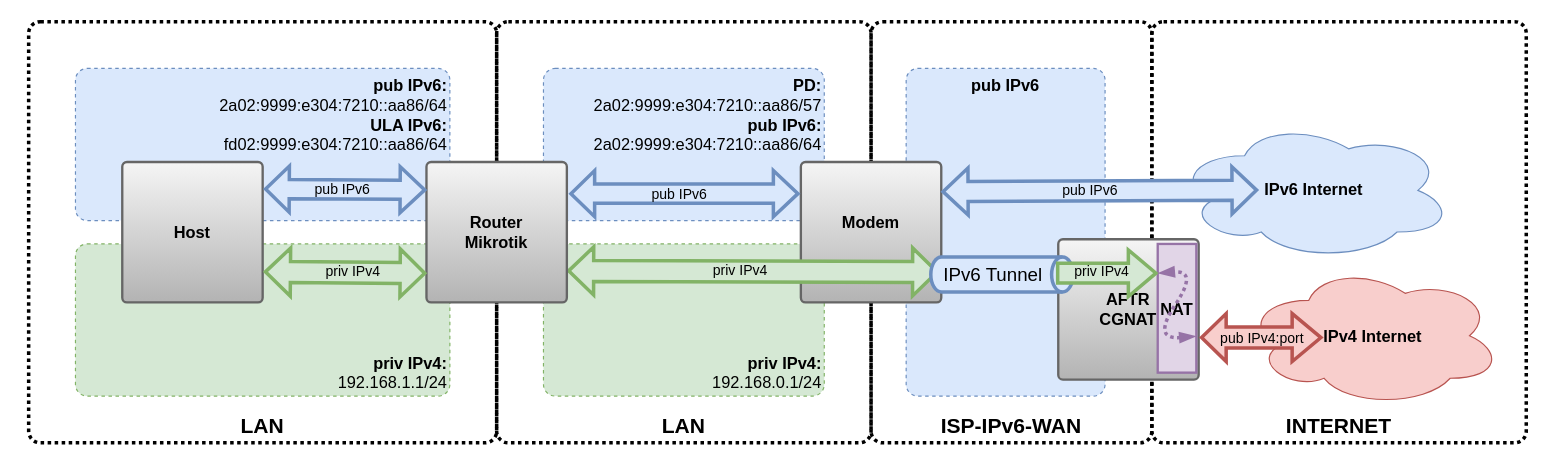
The draw.io diagram mikrotik-setup.drawio in nean-and-i/IPv6-home, before the edit. Source tidied: cells renumbered, new cells numbered last; positions are measured from the earlier drawing's top-left corner, leaving out a move shared by most shapes. Both pictures are drawn from the tidied source at 117%, with x=0, y=0 at pixel (28, 21). Pictures stored in the file or linked from it are replaced by grey dashed boxes.
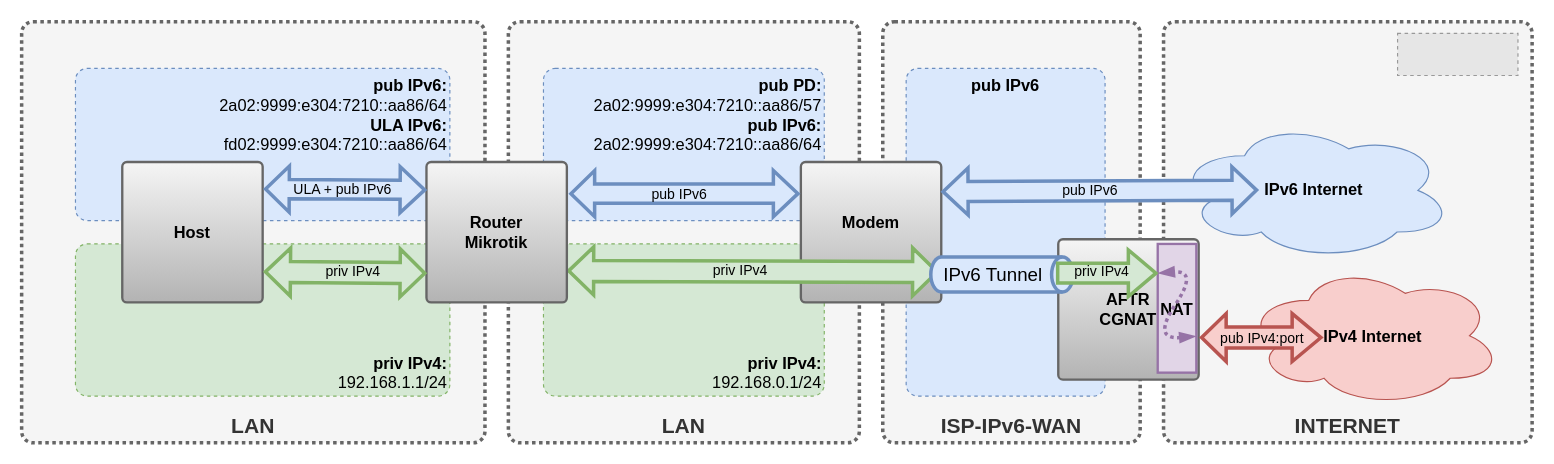
After the change.

Unchanged cells that the change refers to:
```xml
<mxCell id="30" style="shape=flexArrow;endArrow=classic;startArrow=classic;html=1;rounded=0;fontSize=18;fillColor=#dae8fc;strokeColor=#6c8ebf;strokeWidth=3;width=14.4;startSize=5.744;gradientColor=none;" parent="1" edge="1">
  <mxGeometry relative="1" as="geometry">
    <mxPoint x="201" y="143" as="sourcePoint" />
    <mxPoint x="340" y="143.8" as="targetPoint" />
  </mxGeometry>
</mxCell>
```

The edit, as a diff of the source:
```diff
@@
-    <mxCell id="2" value="&lt;font style=&quot;&quot;&gt;&lt;b style=&quot;&quot;&gt;&lt;font style=&quot;font-size: 18px;&quot;&gt;LAN&lt;/font&gt;&lt;/b&gt;&lt;br&gt;&lt;/font&gt;" style="rounded=1;whiteSpace=wrap;html=1;absoluteArcSize=1;verticalAlign=bottom;align=center;fillColor=none;dashed=1;strokeWidth=3;dashPattern=1 1;perimeterSpacing=0;" parent="1" vertex="1">
-      <mxGeometry x="400" width="320" height="360" as="geometry" />
+    <mxCell id="2" value="&lt;font style=&quot;&quot;&gt;&lt;b style=&quot;&quot;&gt;&lt;font style=&quot;font-size: 18px;&quot;&gt;LAN&lt;/font&gt;&lt;/b&gt;&lt;br&gt;&lt;/font&gt;" style="rounded=1;whiteSpace=wrap;html=1;absoluteArcSize=1;verticalAlign=bottom;align=center;fillColor=#f5f5f5;dashed=1;strokeWidth=3;dashPattern=1 1;perimeterSpacing=0;strokeColor=#666666;fontColor=#333333;" parent="1" vertex="1">
+      <mxGeometry x="410" width="300" height="360" as="geometry" />
     </mxCell>
-    <mxCell id="3" value="&lt;font style=&quot;&quot;&gt;&lt;b style=&quot;&quot;&gt;&lt;font style=&quot;font-size: 18px;&quot;&gt;LAN&lt;/font&gt;&lt;/b&gt;&lt;br&gt;&lt;/font&gt;" style="rounded=1;whiteSpace=wrap;html=1;absoluteArcSize=1;verticalAlign=bottom;align=center;fillColor=none;dashed=1;strokeWidth=3;dashPattern=1 1;perimeterSpacing=0;" parent="1" vertex="1">
-      <mxGeometry width="400" height="360" as="geometry" />
+    <mxCell id="3" value="&lt;font style=&quot;&quot;&gt;&lt;b style=&quot;&quot;&gt;&lt;font style=&quot;font-size: 18px;&quot;&gt;LAN&lt;/font&gt;&lt;/b&gt;&lt;br&gt;&lt;/font&gt;" style="rounded=1;whiteSpace=wrap;html=1;absoluteArcSize=1;verticalAlign=bottom;align=center;fillColor=#f5f5f5;dashed=1;strokeWidth=3;dashPattern=1 1;perimeterSpacing=0;strokeColor=#666666;gradientDirection=south;fontColor=#333333;" parent="1" vertex="1">
+      <mxGeometry x="-6" width="396" height="360" as="geometry" />
     </mxCell>
-    <mxCell id="4" value="&lt;font style=&quot;&quot;&gt;&lt;b style=&quot;&quot;&gt;&lt;font style=&quot;font-size: 18px;&quot;&gt;INTERNET&lt;/font&gt;&lt;/b&gt;&lt;br&gt;&lt;/font&gt;" style="rounded=1;whiteSpace=wrap;html=1;absoluteArcSize=1;verticalAlign=bottom;align=center;fillColor=none;dashed=1;strokeWidth=3;dashPattern=1 1;perimeterSpacing=0;" parent="1" vertex="1">
-      <mxGeometry x="960" width="320" height="360" as="geometry" />
+    <mxCell id="4" value="&lt;font style=&quot;&quot;&gt;&lt;b style=&quot;&quot;&gt;&lt;font style=&quot;font-size: 18px;&quot;&gt;INTERNET&lt;/font&gt;&lt;/b&gt;&lt;br&gt;&lt;/font&gt;" style="rounded=1;whiteSpace=wrap;html=1;absoluteArcSize=1;verticalAlign=bottom;align=center;fillColor=#f5f5f5;dashed=1;strokeWidth=3;dashPattern=1 1;perimeterSpacing=0;strokeColor=#666666;fillStyle=auto;fontColor=#333333;" parent="1" vertex="1">
+      <mxGeometry x="970" width="315" height="360" as="geometry" />
     </mxCell>
-    <mxCell id="5" value="&lt;font style=&quot;&quot;&gt;&lt;b style=&quot;&quot;&gt;&lt;font style=&quot;font-size: 18px;&quot;&gt;ISP-IPv6-WAN&lt;/font&gt;&lt;/b&gt;&lt;br&gt;&lt;/font&gt;" style="rounded=1;whiteSpace=wrap;html=1;absoluteArcSize=1;verticalAlign=bottom;align=center;fillColor=none;dashed=1;strokeWidth=3;dashPattern=1 1;perimeterSpacing=0;" parent="1" vertex="1">
-      <mxGeometry x="720" width="240" height="360" as="geometry" />
+    <mxCell id="5" value="&lt;font style=&quot;&quot;&gt;&lt;b style=&quot;&quot;&gt;&lt;font style=&quot;font-size: 18px;&quot;&gt;ISP-IPv6-WAN&lt;/font&gt;&lt;/b&gt;&lt;br&gt;&lt;/font&gt;" style="rounded=1;whiteSpace=wrap;html=1;absoluteArcSize=1;verticalAlign=bottom;align=center;fillColor=#f5f5f5;dashed=1;strokeWidth=3;dashPattern=1 1;perimeterSpacing=0;strokeColor=#666666;fontColor=#333333;" parent="1" vertex="1">
+      <mxGeometry x="730" width="220" height="360" as="geometry" />
     </mxCell>
@@
-    <mxCell id="10" value="&lt;font style=&quot;font-size: 14px;&quot;&gt;&lt;b&gt;PD:&lt;br&gt;&lt;/b&gt;2a02:9999:e304:7210::aa86/57&lt;b&gt;&lt;br&gt;pub IPv6:&lt;/b&gt;&lt;br&gt;2a02:9999:e304:7210::aa86/64&lt;br&gt;&lt;/font&gt;" style="rounded=1;whiteSpace=wrap;html=1;fillColor=#dae8fc;strokeColor=#6c8ebf;absoluteArcSize=1;verticalAlign=top;align=right;dashed=1;" parent="1" vertex="1">
+    <mxCell id="10" value="&lt;font style=&quot;font-size: 14px;&quot;&gt;&lt;b&gt;pub PD:&lt;br&gt;&lt;/b&gt;2a02:9999:e304:7210::aa86/57&lt;b&gt;&lt;br&gt;pub IPv6:&lt;/b&gt;&lt;br&gt;2a02:9999:e304:7210::aa86/64&lt;br&gt;&lt;/font&gt;" style="rounded=1;whiteSpace=wrap;html=1;fillColor=#dae8fc;strokeColor=#6c8ebf;absoluteArcSize=1;verticalAlign=top;align=right;dashed=1;" parent="1" vertex="1">
       <mxGeometry x="440" y="40" width="240" height="130" as="geometry" />
     </mxCell>
@@
-    <mxCell id="31" value="&lt;span style=&quot;&quot;&gt;pub IPv6&lt;/span&gt;" style="edgeLabel;html=1;align=center;verticalAlign=middle;fontSize=12;labelBackgroundColor=none;" parent="30" vertex="1">
+    <mxCell id="31" value="&lt;span style=&quot;&quot;&gt;ULA + pub IPv6&lt;/span&gt;" style="edgeLabel;html=1;align=center;verticalAlign=middle;fontSize=12;labelBackgroundColor=none;" parent="30" vertex="1">
       <mxGeometry x="-0.1" y="-1" relative="1" as="geometry">
         <mxPoint x="4" y="-1" as="offset" />
       </mxGeometry>
     </mxCell>
@@
+    <mxCell id="34" style="fillColor=#E6E6E6;strokeColor=#999999;dashed=1;verticalLabelPosition=bottom;labelBackgroundColor=default;verticalAlign=top;" parent="1" vertex="1">
+      <mxGeometry x="1170" y="10" width="102.9" height="36" as="geometry" />
+    </mxCell>
```
